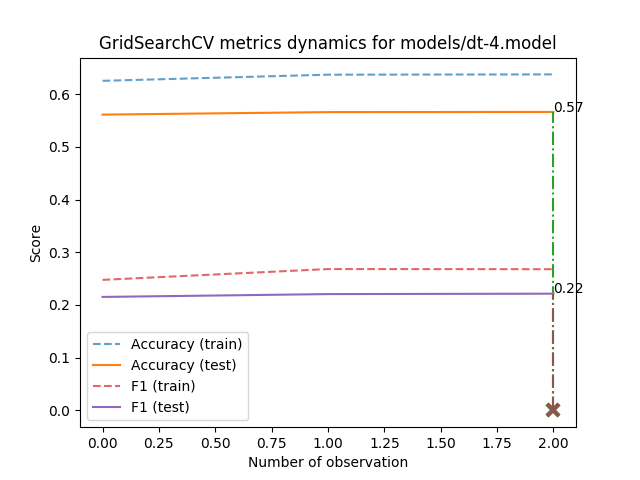
Before: models/dt-4.model_metrics.png, a diagram exported from Graphviz (AverHLV/diploma-computations). Its source is kept beside it as models/dt-4.model.dot.
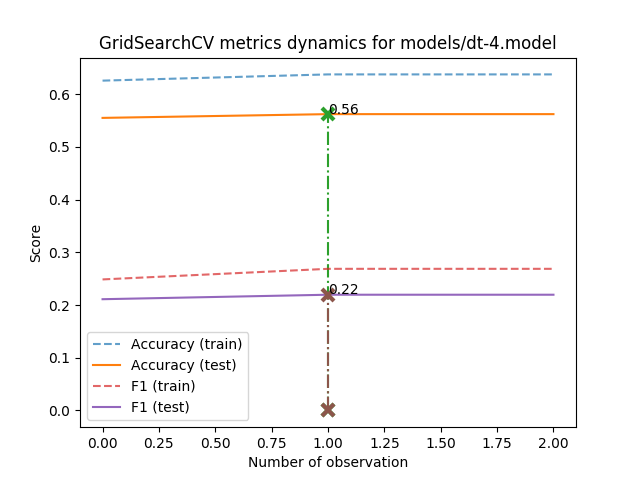
The same diagram one commit later.

Diff of the diagram source:
```diff
@@ -1,56 +1,56 @@
 digraph Tree {
 node [shape=box, style="filled", color="black"] ;
-0 [label="Topic <= 0.998\ngini = 0.557\nsamples = 12051\nvalue = [[29, 5136, 709, 4423, 1754]\n[320, 7314, 2461, 824, 1132]\n[159, 6626, 587, 3997, 682]\n...\n[16, 5680, 833, 3905, 1617]\n[9, 140, 68, 43, 11791]\n[17, 1995, 26, 7793, 2220]]", fillcolor="#fefcfa"] ;
-1 [label="ОБ <= -0.236\ngini = 0.542\nsamples = 9312\nvalue = [[24, 4612, 561, 2744, 1371]\n[269, 5793, 1790, 560, 900]\n[138, 5820, 483, 2244, 627]\n...\n[16, 4984, 443, 2501, 1368]\n[8, 120, 40, 35, 9109]\n[16, 1789, 18, 5886, 1603]]", fillcolor="#fdf5f0"] ;
+0 [label="Topic <= 0.998\ngini = 0.558\nsamples = 12051\nvalue = [[30, 5156, 687, 4437, 1741]\n[316, 7361, 2413, 804, 1157]\n[145, 6585, 593, 4025, 703]\n...\n[18, 5637, 842, 3963, 1591]\n[9, 135, 60, 43, 11804]\n[18, 1991, 28, 7805, 2209]]", fillcolor="#fffdfb"] ;
+1 [label="ОБ <= -0.369\ngini = 0.542\nsamples = 9269\nvalue = [[25, 4619, 548, 2712, 1365]\n[270, 5794, 1748, 546, 911]\n[127, 5779, 490, 2217, 656]\n...\n[18, 4948, 436, 2533, 1334]\n[8, 117, 38, 33, 9073]\n[17, 1792, 20, 5862, 1578]]", fillcolor="#fdf7f3"] ;
 0 -> 1 [labeldistance=2.5, labelangle=45, headlabel="True"] ;
-5 [label="Позафракційні <= -1.95\ngini = 0.534\nsamples = 2489\nvalue = [[12, 1350, 105, 556, 466]\n[41, 1624, 314, 177, 333]\n[35, 1506, 77, 536, 335]\n...\n[8, 1289, 97, 651, 444]\n[2, 17, 9, 1, 2460]\n[11, 380, 1, 1425, 672]]", fillcolor="#fcf2eb"] ;
+5 [label="НФ <= -0.871\ngini = 0.531\nsamples = 2143\nvalue = [[9, 1212, 80, 435, 407]\n[40, 1448, 218, 148, 289]\n[23, 1322, 73, 463, 262]\n...\n[8, 1140, 79, 552, 364]\n[0, 10, 9, 1, 2123]\n[8, 322, 1, 1220, 592]]", fillcolor="#fdf3ec"] ;
 1 -> 5 ;
-7 [label="gini = 0.417\nsamples = 218\nvalue = [[2, 25, 2, 117, 72]\n[0, 113, 45, 37, 23]\n[1, 40, 4, 132, 41]\n...\n[1, 25, 6, 103, 83]\n[0, 0, 0, 0, 218]\n[0, 4, 0, 43, 171]]", fillcolor="#f2c09c"] ;
-5 -> 7 ;
-8 [label="ВОБ <= -0.559\ngini = 0.52\nsamples = 2271\nvalue = [[10, 1325, 103, 439, 394]\n[41, 1511, 269, 140, 310]\n[34, 1466, 73, 404, 294]\n...\n[7, 1264, 91, 548, 361]\n[2, 17, 9, 1, 2242]\n[11, 376, 1, 1382, 501]]", fillcolor="#fbece1"] ;
-5 -> 8 ;
-23 [label="gini = 0.526\nsamples = 561\nvalue = [[0, 272, 22, 153, 114]\n[9, 287, 58, 43, 164]\n[8, 311, 30, 133, 79]\n...\n[1, 267, 15, 205, 73]\n[0, 0, 0, 0, 561]\n[1, 107, 0, 357, 96]]", fillcolor="#fceee5"] ;
-8 -> 23 ;
-24 [label="gini = 0.503\nsamples = 1710\nvalue = [[10, 1053, 81, 286, 280]\n[32, 1224, 211, 97, 146]\n[26, 1155, 43, 271, 215]\n...\n[6, 997, 76, 343, 288]\n[2, 17, 9, 1, 1681]\n[10, 269, 1, 1025, 405]]", fillcolor="#fae5d6"] ;
-8 -> 24 ;
-6 [label="Topic <= -1.596\ngini = 0.534\nsamples = 6823\nvalue = [[12, 3262, 456, 2188, 905]\n[228, 4169, 1476, 383, 567]\n[103, 4314, 406, 1708, 292]\n...\n[8, 3695, 346, 1850, 924]\n[6, 103, 31, 34, 6649]\n[5, 1409, 17, 4461, 931]]", fillcolor="#fcf2eb"] ;
+9 [label="gini = 0.516\nsamples = 401\nvalue = [[2, 128, 9, 160, 102]\n[3, 241, 47, 50, 60]\n[3, 137, 12, 184, 65]\n...\n[1, 104, 13, 182, 101]\n[0, 0, 0, 0, 401]\n[3, 17, 0, 183, 198]]", fillcolor="#fbeee4"] ;
+5 -> 9 ;
+10 [label="gini = 0.503\nsamples = 1742\nvalue = [[7, 1084, 71, 275, 305]\n[37, 1207, 171, 98, 229]\n[20, 1185, 61, 279, 197]\n...\n[7, 1036, 66, 370, 263]\n[0, 10, 9, 1, 1722]\n[5, 305, 1, 1037, 394]]", fillcolor="#fbe9dd"] ;
+5 -> 10 ;
+6 [label="Topic <= -1.596\ngini = 0.535\nsamples = 7126\nvalue = [[16, 3407, 468, 2277, 958]\n[230, 4346, 1530, 398, 622]\n[104, 4457, 417, 1754, 394]\n...\n[10, 3808, 357, 1981, 970]\n[8, 107, 29, 32, 6950]\n[9, 1470, 19, 4642, 986]]", fillcolor="#fdf5ef"] ;
 1 -> 6 ;
-9 [label="gini = 0.467\nsamples = 335\nvalue = [[3, 90, 58, 164, 20]\n[4, 249, 62, 9, 11]\n[0, 82, 65, 186, 2]\n...\n[1, 86, 81, 126, 41]\n[0, 21, 1, 15, 298]\n[0, 23, 0, 231, 81]]", fillcolor="#f6d5be"] ;
-6 -> 9 ;
-10 [label="НФ <= 0.573\ngini = 0.529\nsamples = 6488\nvalue = [[9, 3172, 398, 2024, 885]\n[224, 3920, 1414, 374, 556]\n[103, 4232, 341, 1522, 290]\n...\n[7, 3609, 265, 1724, 883]\n[6, 82, 30, 19, 6351]\n[5, 1386, 17, 4230, 850]]", fillcolor="#fcf0e7"] ;
-6 -> 10 ;
-13 [label="Екогрупа <= -1.414\ngini = 0.521\nsamples = 4446\nvalue = [[5, 2058, 237, 1505, 641]\n[124, 2823, 996, 219, 284]\n[55, 2851, 227, 1090, 223]\n...\n[7, 2587, 191, 1265, 396]\n[4, 27, 16, 13, 4386]\n[4, 977, 11, 2934, 520]]", fillcolor="#fbede2"] ;
-10 -> 13 ;
-17 [label="gini = 0.481\nsamples = 216\nvalue = [[0, 60, 14, 103, 39]\n[3, 132, 38, 4, 39]\n[0, 79, 6, 131, 0]\n...\n[0, 83, 11, 95, 27]\n[0, 2, 0, 0, 214]\n[0, 14, 0, 62, 140]]", fillcolor="#f8dbc7"] ;
-13 -> 17 ;
-18 [label="gini = 0.516\nsamples = 4230\nvalue = [[5, 1998, 223, 1402, 602]\n[121, 2691, 958, 215, 245]\n[55, 2772, 221, 959, 223]\n...\n[7, 2504, 180, 1170, 369]\n[4, 25, 16, 13, 4172]\n[4, 963, 11, 2872, 380]]", fillcolor="#fbeadf"] ;
-13 -> 18 ;
-14 [label="gini = 0.529\nsamples = 2042\nvalue = [[4, 1114, 161, 519, 244]\n[100, 1097, 418, 155, 272]\n[48, 1381, 114, 432, 67]\n...\n[0, 1022, 74, 459, 487]\n[2, 55, 14, 6, 1965]\n[1, 409, 6, 1296, 330]]", fillcolor="#fcf0e7"] ;
-10 -> 14 ;
-2 [label="НФ <= -0.149\ngini = 0.526\nsamples = 2739\nvalue = [[5, 524, 148, 1679, 383]\n[51, 1521, 671, 264, 232]\n[21, 806, 104, 1753, 55]\n...\n[0, 696, 390, 1404, 249]\n[1, 20, 28, 8, 2682]\n[1, 206, 8, 1907, 617]]", fillcolor="#fceee5"] ;
+7 [label="gini = 0.464\nsamples = 325\nvalue = [[3, 88, 55, 158, 21]\n[3, 243, 55, 10, 14]\n[0, 76, 64, 182, 3]\n...\n[1, 69, 80, 132, 43]\n[0, 24, 1, 16, 284]\n[0, 23, 0, 221, 81]]", fillcolor="#f8dbc7"] ;
+6 -> 7 ;
+8 [label="НФ <= 0.573\ngini = 0.53\nsamples = 6801\nvalue = [[13, 3319, 413, 2119, 937]\n[227, 4103, 1475, 388, 608]\n[104, 4381, 353, 1572, 391]\n...\n[9, 3739, 277, 1849, 927]\n[8, 83, 28, 16, 6666]\n[9, 1447, 19, 4421, 905]]", fillcolor="#fdf3ec"] ;
+6 -> 8 ;
+13 [label="Екогрупа <= -1.414\ngini = 0.521\nsamples = 4653\nvalue = [[5, 2150, 239, 1590, 669]\n[122, 2949, 1020, 241, 321]\n[56, 2969, 222, 1113, 293]\n...\n[8, 2668, 192, 1355, 430]\n[4, 23, 15, 11, 4600]\n[5, 1016, 12, 3063, 557]]", fillcolor="#fcf0e7"] ;
+8 -> 13 ;
+15 [label="gini = 0.487\nsamples = 243\nvalue = [[0, 77, 11, 113, 42]\n[3, 159, 35, 6, 40]\n[0, 97, 4, 142, 0]\n...\n[0, 92, 13, 110, 28]\n[0, 1, 0, 0, 242]\n[0, 16, 0, 73, 154]]", fillcolor="#f9e3d3"] ;
+13 -> 15 ;
+16 [label="gini = 0.516\nsamples = 4410\nvalue = [[5, 2073, 228, 1477, 627]\n[119, 2790, 985, 235, 281]\n[56, 2872, 218, 971, 293]\n...\n[8, 2576, 179, 1245, 402]\n[4, 22, 15, 11, 4358]\n[5, 1000, 12, 2990, 403]]", fillcolor="#fbeee4"] ;
+13 -> 16 ;
+14 [label="gini = 0.532\nsamples = 2148\nvalue = [[8, 1169, 174, 529, 268]\n[105, 1154, 455, 147, 287]\n[48, 1412, 131, 459, 98]\n...\n[1, 1071, 85, 494, 497]\n[4, 60, 13, 5, 2066]\n[4, 431, 7, 1358, 348]]", fillcolor="#fdf3ed"] ;
+8 -> 14 ;
+2 [label="НФ <= -0.149\ngini = 0.524\nsamples = 2782\nvalue = [[5, 537, 139, 1725, 376]\n[46, 1567, 665, 258, 246]\n[18, 806, 103, 1808, 47]\n...\n[0, 689, 406, 1430, 257]\n[1, 18, 22, 10, 2731]\n[1, 199, 8, 1943, 631]]", fillcolor="#fcf1e9"] ;
 0 -> 2 [labeldistance=2.5, labelangle=-45, headlabel="False"] ;
-3 [label="Topic <= 1.016\ngini = 0.461\nsamples = 1833\nvalue = [[1, 143, 62, 1383, 244]\n[25, 970, 463, 221, 154]\n[2, 336, 51, 1421, 23]\n...\n[0, 337, 234, 1165, 97]\n[0, 3, 2, 1, 1827]\n[1, 69, 3, 1338, 422]]", fillcolor="#f6d3ba"] ;
+3 [label="Topic <= 1.016\ngini = 0.46\nsamples = 1880\nvalue = [[1, 151, 59, 1425, 244]\n[20, 1015, 459, 214, 172]\n[1, 339, 43, 1481, 16]\n...\n[0, 328, 248, 1204, 100]\n[0, 1, 2, 1, 1876]\n[1, 61, 3, 1369, 446]]", fillcolor="#f7dac5"] ;
 2 -> 3 ;
-11 [label="Екогрупа <= -1.414\ngini = 0.351\nsamples = 540\nvalue = [[0, 3, 27, 465, 45]\n[7, 374, 11, 100, 48]\n[0, 46, 9, 485, 0]\n...\n[0, 40, 133, 328, 39]\n[0, 0, 0, 0, 540]\n[0, 1, 0, 403, 136]]", fillcolor="#eca470"] ;
+11 [label="Воля <= -0.217\ngini = 0.352\nsamples = 568\nvalue = [[0, 2, 26, 494, 46]\n[6, 400, 8, 98, 56]\n[0, 46, 9, 513, 0]\n...\n[0, 43, 146, 338, 41]\n[0, 0, 0, 0, 568]\n[0, 1, 0, 420, 147]]", fillcolor="#efb387"] ;
 3 -> 11 ;
-25 [label="gini = 0.268\nsamples = 172\nvalue = [[0, 1, 23, 147, 1]\n[2, 95, 2, 48, 25]\n[0, 0, 2, 170, 0]\n...\n[0, 5, 7, 122, 38]\n[0, 0, 0, 0, 172]\n[0, 0, 0, 38, 134]]", fillcolor="#e58139"] ;
-11 -> 25 ;
-26 [label="gini = 0.328\nsamples = 368\nvalue = [[0, 2, 4, 318, 44]\n[5, 279, 9, 52, 23]\n[0, 46, 7, 315, 0]\n...\n[0, 35, 126, 206, 1]\n[0, 0, 0, 0, 368]\n[0, 1, 0, 365, 2]]", fillcolor="#ea9b61"] ;
-11 -> 26 ;
-12 [label="Воля <= 0.475\ngini = 0.469\nsamples = 1293\nvalue = [[1, 140, 35, 918, 199]\n[18, 596, 452, 121, 106]\n[2, 290, 42, 936, 23]\n...\n[0, 297, 101, 837, 58]\n[0, 3, 2, 1, 1287]\n[1, 68, 3, 935, 286]]", fillcolor="#f7d6bf"] ;
+23 [label="gini = 0.272\nsamples = 188\nvalue = [[0, 1, 23, 163, 1]\n[2, 98, 1, 52, 35]\n[0, 0, 3, 185, 0]\n...\n[0, 8, 10, 130, 40]\n[0, 0, 0, 0, 188]\n[0, 0, 0, 43, 145]]", fillcolor="#e9965b"] ;
+11 -> 23 ;
+24 [label="gini = 0.327\nsamples = 380\nvalue = [[0, 1, 3, 331, 45]\n[4, 302, 7, 46, 21]\n[0, 46, 6, 328, 0]\n...\n[0, 35, 136, 208, 1]\n[0, 0, 0, 0, 380]\n[0, 1, 0, 377, 2]]", fillcolor="#edaa7a"] ;
+11 -> 24 ;
+12 [label="Воля <= 0.475\ngini = 0.468\nsamples = 1312\nvalue = [[1, 149, 33, 931, 198]\n[14, 615, 451, 116, 116]\n[1, 293, 34, 968, 16]\n...\n[0, 285, 102, 866, 59]\n[0, 1, 2, 1, 1308]\n[1, 60, 3, 949, 299]]", fillcolor="#f8ddc9"] ;
 3 -> 12 ;
-19 [label="Екогрупа <= -1.837\ngini = 0.512\nsamples = 607\nvalue = [[1, 103, 21, 340, 142]\n[11, 357, 136, 45, 58]\n[2, 203, 32, 349, 21]\n...\n[0, 186, 51, 333, 37]\n[0, 3, 2, 1, 601]\n[1, 40, 0, 293, 273]]", fillcolor="#fae8dc"] ;
-12 -> 19 ;
-21 [label="gini = 0.374\nsamples = 242\nvalue = [[0, 5, 1, 174, 62]\n[5, 103, 71, 20, 43]\n[0, 17, 4, 216, 5]\n...\n[0, 21, 14, 200, 7]\n[0, 0, 0, 0, 242]\n[1, 0, 0, 3, 238]]", fillcolor="#eeae7f"] ;
-19 -> 21 ;
-22 [label="gini = 0.518\nsamples = 365\nvalue = [[1, 98, 20, 166, 80]\n[6, 254, 65, 25, 15]\n[2, 186, 28, 133, 16]\n...\n[0, 165, 37, 133, 30]\n[0, 3, 2, 1, 359]\n[0, 40, 0, 290, 35]]", fillcolor="#fbebe0"] ;
-19 -> 22 ;
-20 [label="gini = 0.389\nsamples = 686\nvalue = [[0, 37, 14, 578, 57]\n[7, 239, 316, 76, 48]\n[0, 87, 10, 587, 2]\n...\n[0, 111, 50, 504, 21]\n[0, 0, 0, 0, 686]\n[0, 28, 3, 642, 13]]", fillcolor="#f0b48a"] ;
-12 -> 20 ;
-4 [label="Topic <= 1.016\ngini = 0.565\nsamples = 906\nvalue = [[4, 381, 86, 296, 139]\n[26, 551, 208, 43, 78]\n[19, 470, 53, 332, 32]\n...\n[0, 359, 156, 239, 152]\n[1, 17, 26, 7, 855]\n[0, 137, 5, 569, 195]]", fillcolor="#ffffff"] ;
+17 [label="Екогрупа <= -1.837\ngini = 0.513\nsamples = 619\nvalue = [[1, 117, 19, 346, 136]\n[9, 375, 129, 41, 65]\n[1, 212, 25, 366, 15]\n...\n[0, 181, 53, 350, 35]\n[0, 1, 2, 1, 615]\n[1, 40, 0, 294, 284]]", fillcolor="#fbede2"] ;
+12 -> 17 ;
+19 [label="gini = 0.369\nsamples = 254\nvalue = [[0, 4, 1, 189, 60]\n[5, 111, 71, 19, 48]\n[0, 17, 3, 231, 3]\n...\n[0, 19, 14, 214, 7]\n[0, 0, 0, 0, 254]\n[1, 0, 0, 3, 250]]", fillcolor="#f1b991"] ;
+17 -> 19 ;
+20 [label="gini = 0.52\nsamples = 365\nvalue = [[1, 113, 18, 157, 76]\n[4, 264, 58, 22, 17]\n[1, 195, 22, 135, 12]\n...\n[0, 162, 39, 136, 28]\n[0, 1, 2, 1, 361]\n[0, 40, 0, 291, 34]]", fillcolor="#fcefe6"] ;
+17 -> 20 ;
+18 [label="НФ <= -1.592\ngini = 0.383\nsamples = 693\nvalue = [[0, 32, 14, 585, 62]\n[5, 240, 322, 75, 51]\n[0, 81, 9, 602, 1]\n...\n[0, 104, 49, 516, 24]\n[0, 0, 0, 0, 693]\n[0, 20, 3, 655, 15]]", fillcolor="#f2be99"] ;
+12 -> 18 ;
+25 [label="gini = 0.213\nsamples = 199\nvalue = [[0, 0, 0, 189, 10]\n[2, 37, 111, 34, 15]\n[0, 0, 0, 199, 0]\n...\n[0, 15, 15, 167, 2]\n[0, 0, 0, 0, 199]\n[0, 0, 0, 196, 3]]", fillcolor="#e58139"] ;
+18 -> 25 ;
+26 [label="gini = 0.409\nsamples = 494\nvalue = [[0, 32, 14, 396, 52]\n[3, 203, 211, 41, 36]\n[0, 81, 9, 403, 1]\n...\n[0, 89, 34, 349, 22]\n[0, 0, 0, 0, 494]\n[0, 20, 3, 459, 12]]", fillcolor="#f4c8a8"] ;
+18 -> 26 ;
+4 [label="Topic <= 1.016\ngini = 0.564\nsamples = 902\nvalue = [[4, 386, 80, 300, 132]\n[26, 552, 206, 44, 74]\n[17, 467, 60, 327, 31]\n...\n[0, 361, 158, 226, 157]\n[1, 17, 20, 9, 855]\n[0, 138, 5, 574, 185]]", fillcolor="#ffffff"] ;
 2 -> 4 ;
-15 [label="gini = 0.281\nsamples = 102\nvalue = [[0, 23, 22, 53, 4]\n[1, 80, 2, 7, 12]\n[0, 6, 0, 96, 0]\n...\n[0, 7, 74, 21, 0]\n[0, 0, 0, 0, 102]\n[0, 0, 0, 34, 68]]", fillcolor="#e68742"] ;
-4 -> 15 ;
-16 [label="gini = 0.56\nsamples = 804\nvalue = [[4, 358, 64, 243, 135]\n[25, 471, 206, 36, 66]\n[19, 464, 53, 236, 32]\n...\n[0, 352, 82, 218, 152]\n[1, 17, 26, 7, 753]\n[0, 137, 5, 535, 127]]", fillcolor="#fffdfc"] ;
-4 -> 16 ;
+21 [label="gini = 0.284\nsamples = 90\nvalue = [[0, 24, 17, 45, 4]\n[1, 73, 1, 5, 10]\n[0, 6, 0, 84, 0]\n...\n[0, 7, 66, 17, 0]\n[0, 0, 0, 0, 90]\n[0, 0, 0, 33, 57]]", fillcolor="#ea9b61"] ;
+4 -> 21 ;
+22 [label="gini = 0.56\nsamples = 812\nvalue = [[4, 362, 63, 255, 128]\n[25, 479, 205, 39, 64]\n[17, 461, 60, 243, 31]\n...\n[0, 354, 92, 209, 157]\n[1, 17, 20, 9, 765]\n[0, 138, 5, 541, 128]]", fillcolor="#fffdfd"] ;
+4 -> 22 ;
 }
```
